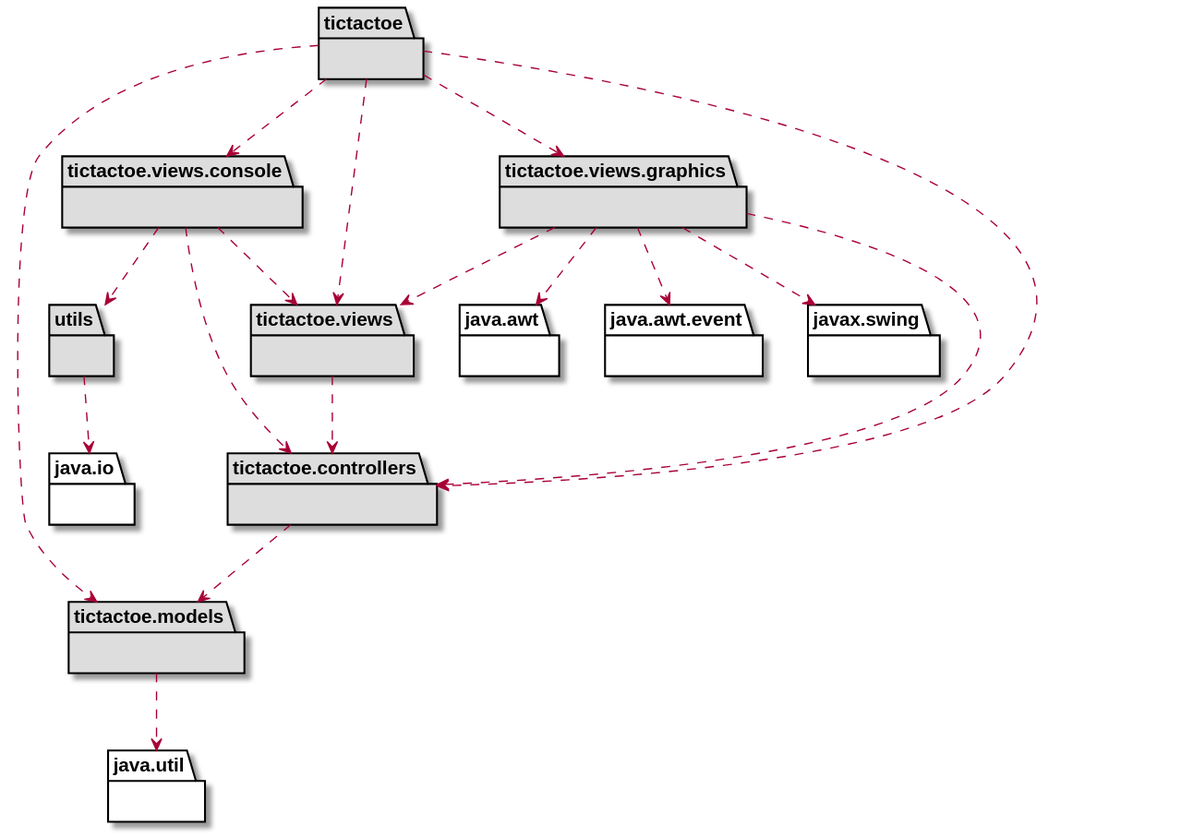
This is docs/build/docs/asciidoc/images/arquitecturaVersion5.svg from x-USantaTecla-game-ticTacToe/java, a PlantUML export, as it was before one commit.
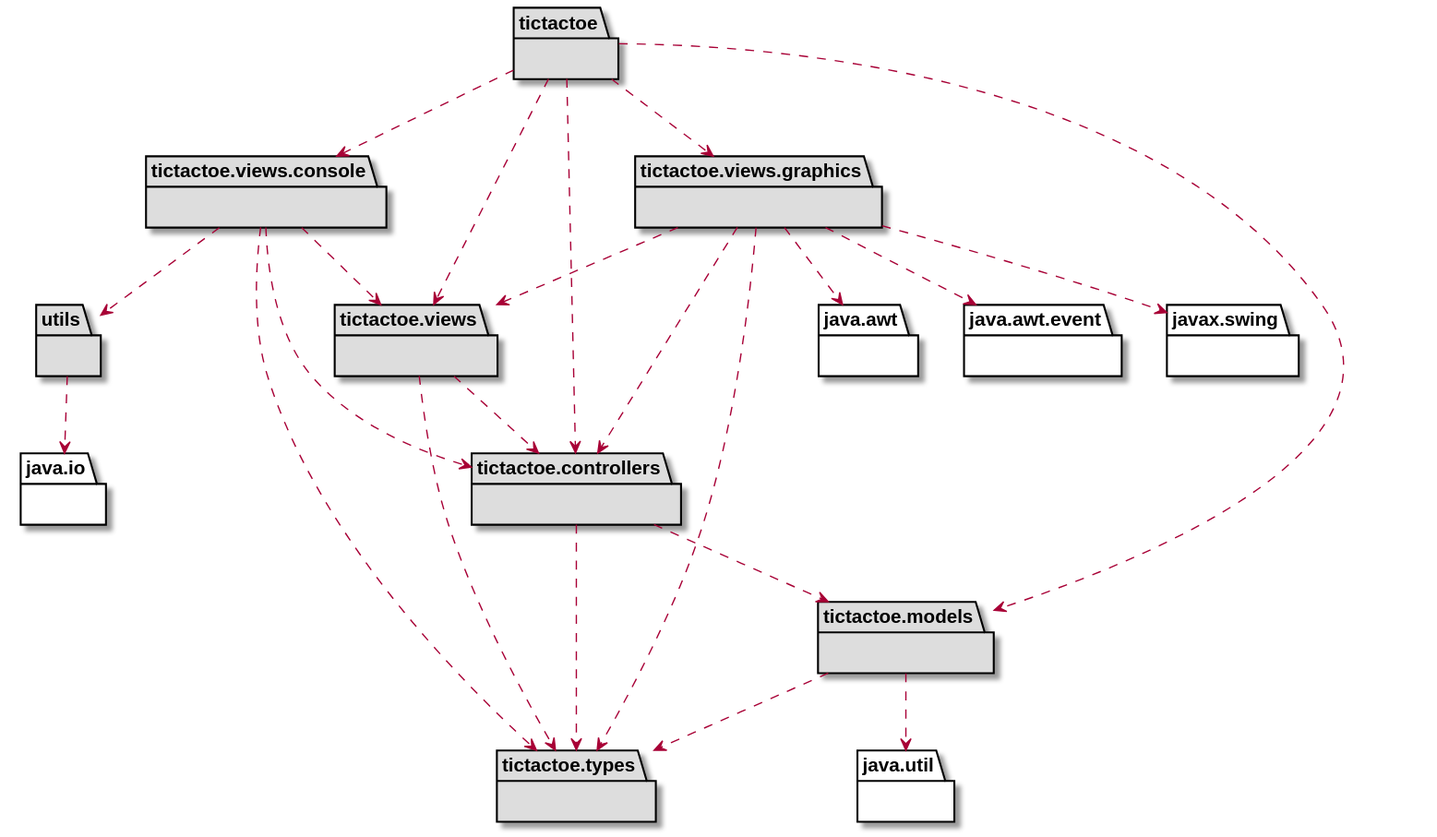
The same diagram one commit later.

Change to the diagram source:
```diff
@@ -9,10 +9,13 @@
 
 package tictactoe.controllers #DDDDDD { }
 tictactoe.controllers .down.> tictactoe.models
+tictactoe.controllers .down.> tictactoe.types
 
 package tictactoe.models #DDDDDD { }
+package tictactoe.types #DDDDDD { }
 package java.util{ }
 tictactoe.models .down.> java.util
+tictactoe.models .down.> tictactoe.types
 
 package utils #DDDDDD { }
 package java.io{ }
@@ -20,11 +23,13 @@
 
 package tictactoe.views #DDDDDD { }
 tictactoe.views .down.> tictactoe.controllers
+tictactoe.views .down.> tictactoe.types
 
 package tictactoe.views.console #DDDDDD { }
 tictactoe.views.console .down.> tictactoe.views
 tictactoe.views.console .down.> tictactoe.controllers
 tictactoe.views.console .down.> utils
+tictactoe.views.console .down.> tictactoe.types
 
 package tictactoe.views.graphics #DDDDDD { }
 package java.awt{ }
@@ -33,6 +38,7 @@
 tictactoe.views.graphics .down.> java.awt.event
 tictactoe.views.graphics .down.> tictactoe.views
 tictactoe.views.graphics .down.> tictactoe.controllers
+tictactoe.views.graphics .down.> tictactoe.types
 package javax.swing{ }
 tictactoe.views.graphics .down.> javax.swing
 
```
